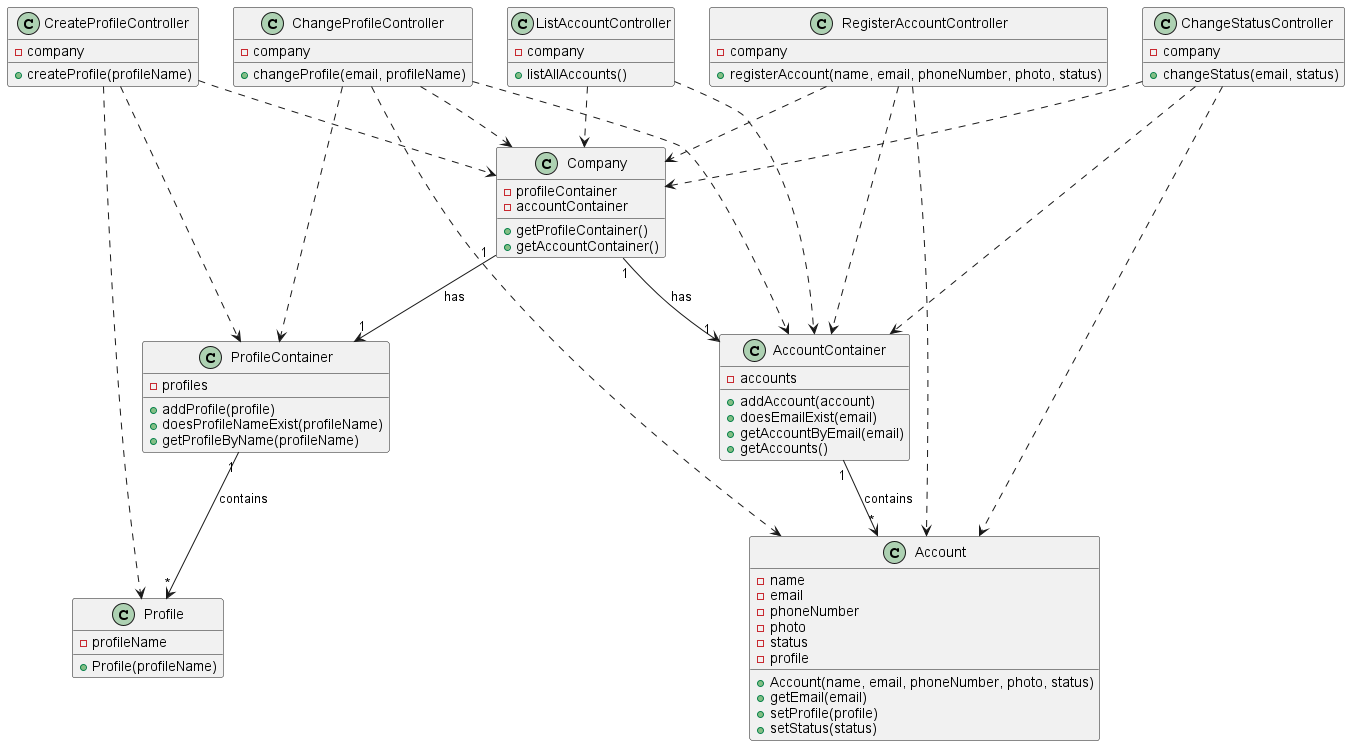
Above: docs/modelling_design/classDiagram_v1.png in Loracline/project_switch_22-23 (PlantUML), before the change.
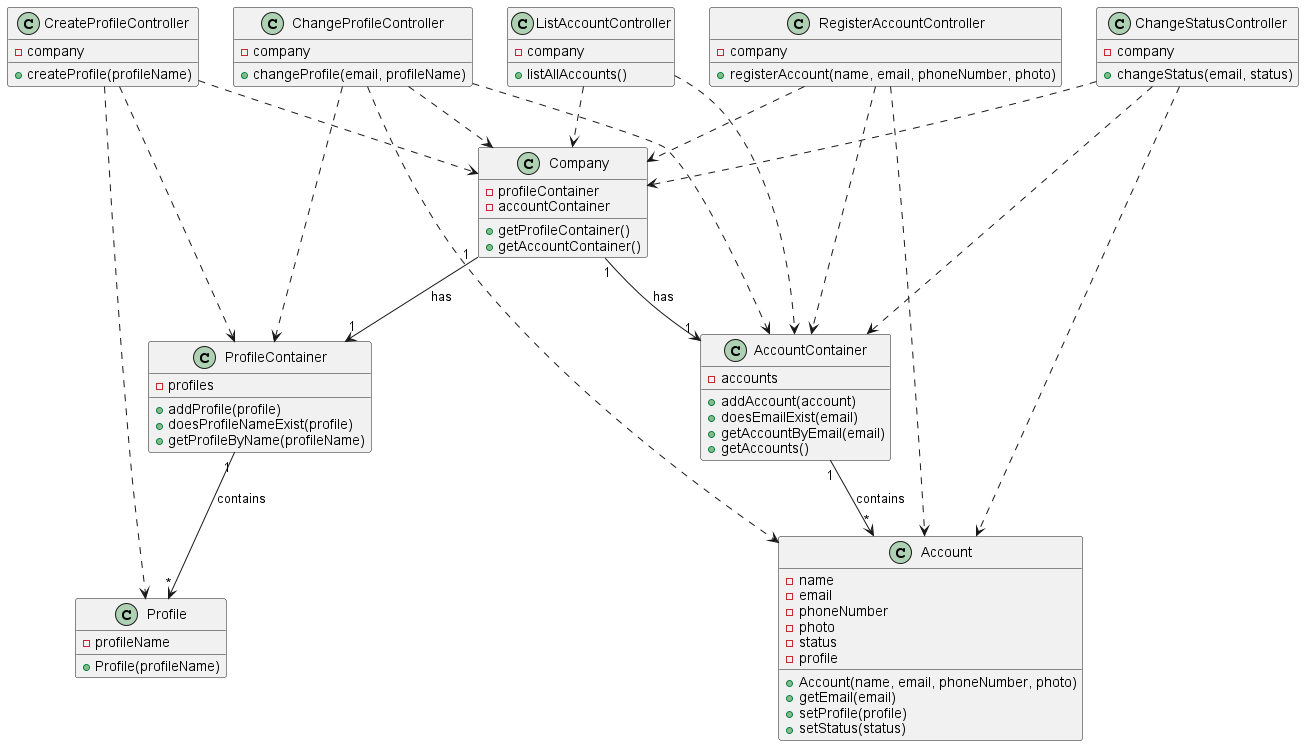
After the change.

Commit message:
UC Diagram | SD 001/002 | status predefined as "Active" and not passed by parameter | refinement (naming)

Change to the diagram source:
```diff
@@ -7,7 +7,7 @@
 
 class "RegisterAccountController" {
 -company
-+registerAccount(name, email, phoneNumber, photo, status)
++registerAccount(name, email, phoneNumber, photo)
 }
 
 class ChangeProfileController {
@@ -35,7 +35,7 @@
 class "ProfileContainer"{
 -profiles
 +addProfile(profile)
-+doesProfileNameExist(profileName)
++doesProfileNameExist(profile)
 +getProfileByName(profileName)
 }
 
@@ -59,7 +59,7 @@
 -photo
 -status
 -profile
-+Account(name, email, phoneNumber, photo, status)
++Account(name, email, phoneNumber, photo)
 +getEmail(email)
 +setProfile(profile)
 +setStatus(status)
```
